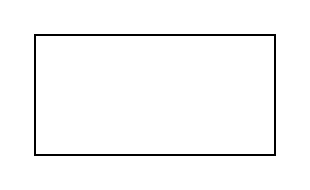
The draw.io diagram 01_strategy/diagram.drawio in ssamKim0908/Design-pattern, before the edit. Source tidied: cells renumbered, new cells numbered last; positions are measured from the earlier drawing's top-left corner, leaving out a move shared by most shapes. Both pictures are drawn from the tidied source at 200%, with x=0, y=0 at pixel (34, 34).
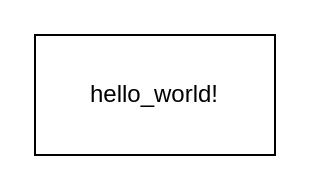
The same page after the edit.

Commit message (it also covers changes not shown here):
init class diagram

The edit, as a diff of the source:
```diff
@@
 <mxGraphModel>
   <root>
     <mxCell id="0" />
     <mxCell id="1" parent="0" />
-    <mxCell id="2" style="rounded=0;whiteSpace=wrap;html=1;" parent="1" vertex="1">
+    <mxCell id="2" value="hello_world!" style="rounded=0;whiteSpace=wrap;html=1;" parent="1" vertex="1">
       <mxGeometry width="120" height="60" as="geometry" />
     </mxCell>
   </root>
 </mxGraphModel>
```
